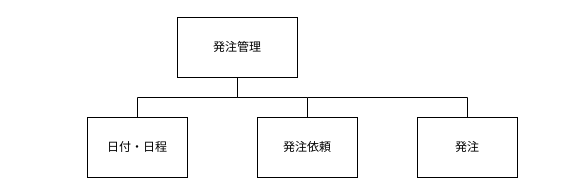
Earlier version of the draw.io diagram サブシステム構造図/発注管理.drawio (Yamanin3/system-devel). Source tidied: cells renumbered, new cells numbered last; positions are measured from the earlier drawing's top-left corner, leaving out a move shared by most shapes. Both pictures are drawn from the tidied source at 100%, with x=0, y=0 at pixel (87, 17).
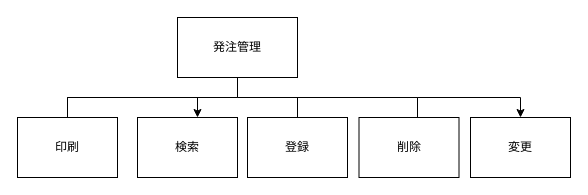
The same diagram, later.

Commit message:
発注管理を

The edit, as a diff of the source:
```diff
@@
 <mxGraphModel>
   <root>
     <mxCell id="0" />
     <mxCell id="1" parent="0" />
     <mxCell id="2" value="発注管理" style="whiteSpace=wrap;html=1;align=center;" parent="1" vertex="1">
       <mxGeometry x="90" width="120" height="60" as="geometry" />
     </mxCell>
-    <mxCell id="3" value="発注依頼" style="whiteSpace=wrap;html=1;align=center;verticalAlign=middle;" parent="1" vertex="1">
-      <mxGeometry x="170" y="100" width="100" height="60" as="geometry" />
+    <mxCell id="3" value="登録" style="whiteSpace=wrap;html=1;align=center;verticalAlign=middle;" parent="1" vertex="1">
+      <mxGeometry x="160" y="100" width="100" height="60" as="geometry" />
     </mxCell>
     <mxCell id="4" style="edgeStyle=elbowEdgeStyle;elbow=vertical;startArrow=none;endArrow=none;rounded=0;" parent="1" edge="1" target="3">
       <mxGeometry relative="1" as="geometry">
         <mxPoint x="150" y="60" as="sourcePoint" />
       </mxGeometry>
     </mxCell>
+    <mxCell id="9" style="edgeStyle=orthogonalEdgeStyle;rounded=0;jettySize=auto;html=1;" parent="1" edge="1" source="5" target="10">
+      <mxGeometry relative="1" as="geometry">
+        <Array as="points">
+          <mxPoint x="330" y="80" />
+          <mxPoint x="433" y="80" />
+        </Array>
+      </mxGeometry>
+    </mxCell>
-    <mxCell id="5" value="発注" style="whiteSpace=wrap;html=1;align=center;verticalAlign=middle;" parent="1" vertex="1">
-      <mxGeometry x="330" y="100" width="100" height="60" as="geometry" />
+    <mxCell id="5" value="削除" style="whiteSpace=wrap;html=1;align=center;verticalAlign=middle;" parent="1" vertex="1">
+      <mxGeometry x="271.5" y="100" width="100" height="60" as="geometry" />
     </mxCell>
+    <mxCell id="10" value="変更" style="whiteSpace=wrap;html=1;align=center;verticalAlign=middle;" parent="1" vertex="1">
+      <mxGeometry x="383" y="100" width="100" height="60" as="geometry" />
+    </mxCell>
     <mxCell id="6" style="edgeStyle=elbowEdgeStyle;elbow=vertical;startArrow=none;endArrow=none;rounded=0;" parent="1" edge="1" target="5">
       <mxGeometry relative="1" as="geometry">
-        <mxPoint x="220" y="80" as="sourcePoint" />
+        <mxPoint x="170" y="80" as="sourcePoint" />
         <Array as="points">
+          <mxPoint x="330" y="80" />
           <mxPoint x="300" y="80" />
         </Array>
       </mxGeometry>
     </mxCell>
+    <mxCell id="11" style="edgeStyle=orthogonalEdgeStyle;rounded=0;jettySize=auto;html=1;" parent="1" edge="1" source="7" target="12">
+      <mxGeometry relative="1" as="geometry">
+        <Array as="points">
+          <mxPoint x="-20" y="80" />
+          <mxPoint x="110" y="80" />
+        </Array>
+      </mxGeometry>
+    </mxCell>
-    <mxCell id="7" value="日付・日程" style="whiteSpace=wrap;html=1;align=center;verticalAlign=middle;" parent="1" vertex="1">
-      <mxGeometry y="100" width="100" height="60" as="geometry" />
+    <mxCell id="7" value="印刷" style="whiteSpace=wrap;html=1;align=center;verticalAlign=middle;" parent="1" vertex="1">
+      <mxGeometry x="-70" y="100" width="100" height="60" as="geometry" />
     </mxCell>
+    <mxCell id="12" value="検索" style="whiteSpace=wrap;html=1;align=center;verticalAlign=middle;" parent="1" vertex="1">
+      <mxGeometry x="50" y="100" width="100" height="60" as="geometry" />
+    </mxCell>
     <mxCell id="8" style="edgeStyle=elbowEdgeStyle;elbow=vertical;startArrow=none;endArrow=none;rounded=0;exitX=0.5;exitY=1;exitDx=0;exitDy=0;" parent="1" edge="1" source="2" target="7">
       <mxGeometry relative="1" as="geometry" />
     </mxCell>
   </root>
 </mxGraphModel>
```
